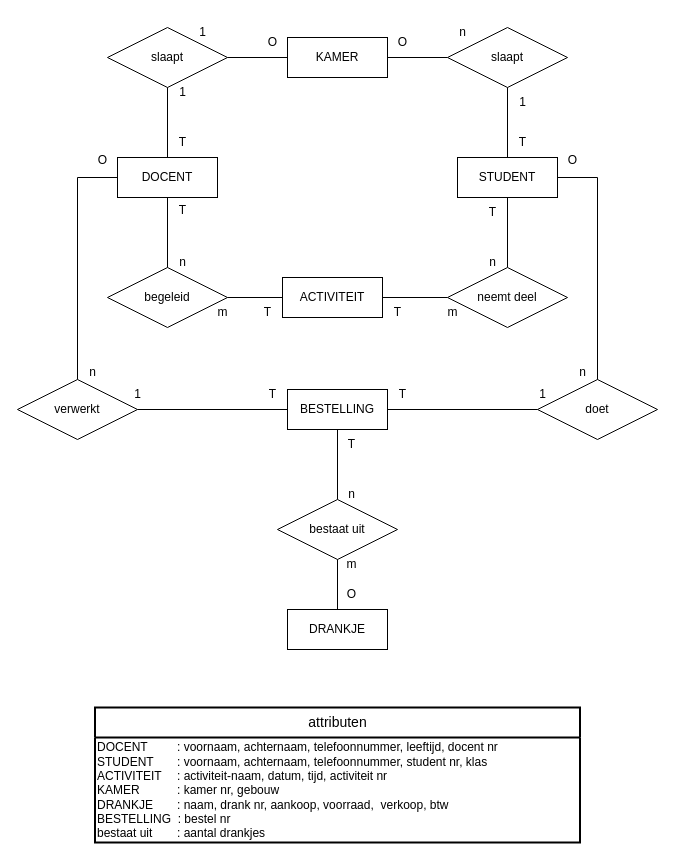
Thomas01v/ProjectDatabases keeps this draw.io diagram as ERD project.drawio. Above is the earlier version. Source tidied: cells renumbered, new cells numbered last; positions are measured from the earlier drawing's top-left corner, leaving out a move shared by most shapes. Both pictures are drawn from the tidied source at 100%, with x=0, y=0 at pixel (17, 17).
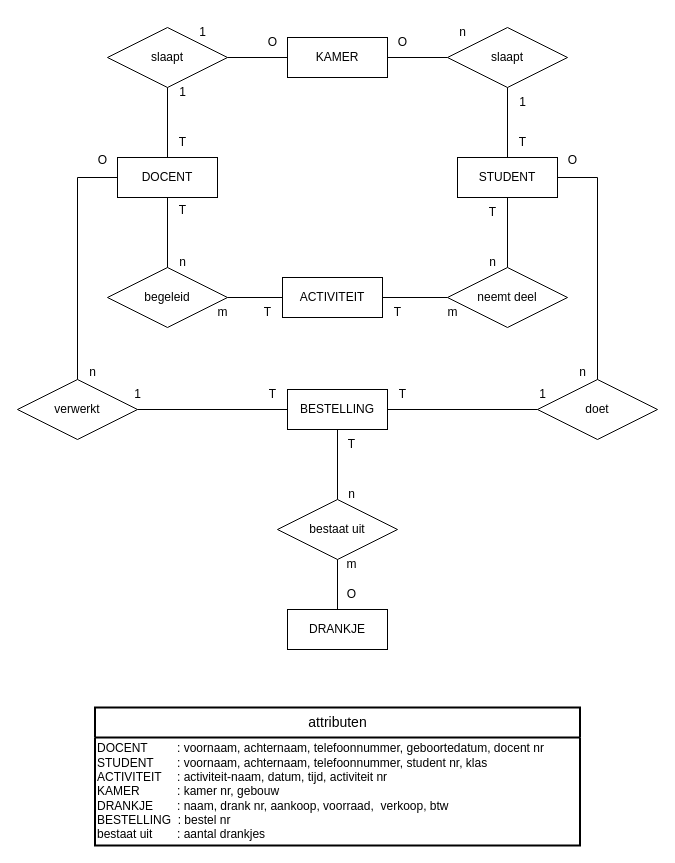
After the change.

Commit message:
leeftijd naar geboortedatum

What changed in the source:
```diff
@@
     <mxCell id="50" value="attributen" style="swimlane;horizontal=1;startSize=30;rounded=1;fontSize=14;fontStyle=0;strokeWidth=2;shadow=0;dashed=0;align=center;arcSize=0;whiteSpace=wrap;html=1;" parent="1" vertex="1">
-      <mxGeometry x="77.5" y="690" width="485" height="135" as="geometry" />
+      <mxGeometry x="77.5" y="690" width="485" height="138" as="geometry" />
     </mxCell>
-    <mxCell id="51" value="DOCENT&amp;nbsp;&lt;span style=&quot;white-space: pre;&quot;&gt;&#9;&lt;/span&gt;: voornaam, achternaam, telefoonnummer, leeftijd, docent nr&lt;br&gt;STUDENT&lt;span style=&quot;white-space: pre;&quot;&gt;&#9;&lt;/span&gt;: voornaam, achternaam, telefoonnummer, student nr, klas&lt;br&gt;ACTIVITEIT&lt;span style=&quot;white-space: pre;&quot;&gt;&#9;&lt;/span&gt;: activiteit-naam, datum, tijd, activiteit nr&lt;br&gt;KAMER&lt;span style=&quot;white-space: pre;&quot;&gt;&#9;&lt;/span&gt;&lt;span style=&quot;white-space: pre;&quot;&gt;&#9;&lt;/span&gt;: kamer nr, gebouw&lt;br&gt;DRANKJE&lt;span style=&quot;white-space: pre;&quot;&gt;&#9;&lt;/span&gt;: naam, drank nr, aankoop, voorraad,&amp;nbsp; verkoop, btw&lt;br&gt;BESTELLING&amp;nbsp; : bestel nr&lt;br&gt;bestaat uit&lt;span style=&quot;white-space: pre;&quot;&gt;&#9;&lt;/span&gt;: aantal drankjes" style="text;html=1;align=left;verticalAlign=middle;strokeColor=none;fillColor=none;" parent="50" vertex="1">
-      <mxGeometry y="30" width="485" height="105" as="geometry" />
+    <mxCell id="51" value="DOCENT&amp;nbsp;&lt;span style=&quot;white-space: pre;&quot;&gt;&#9;&lt;/span&gt;: voornaam, achternaam, telefoonnummer, geboortedatum, docent nr&lt;br&gt;STUDENT&lt;span style=&quot;white-space: pre;&quot;&gt;&#9;&lt;/span&gt;: voornaam, achternaam, telefoonnummer, student nr, klas&lt;br&gt;ACTIVITEIT&lt;span style=&quot;white-space: pre;&quot;&gt;&#9;&lt;/span&gt;: activiteit-naam, datum, tijd, activiteit nr&lt;br&gt;KAMER&lt;span style=&quot;white-space: pre;&quot;&gt;&#9;&lt;/span&gt;&lt;span style=&quot;white-space: pre;&quot;&gt;&#9;&lt;/span&gt;: kamer nr, gebouw&lt;br&gt;DRANKJE&lt;span style=&quot;white-space: pre;&quot;&gt;&#9;&lt;/span&gt;: naam, drank nr, aankoop, voorraad,&amp;nbsp; verkoop, btw&lt;br&gt;BESTELLING&amp;nbsp; : bestel nr&lt;br&gt;bestaat uit&lt;span style=&quot;white-space: pre;&quot;&gt;&#9;&lt;/span&gt;: aantal drankjes" style="text;html=1;align=left;verticalAlign=middle;strokeColor=none;fillColor=none;" parent="50" vertex="1">
+      <mxGeometry y="30" width="485" height="108" as="geometry" />
     </mxCell>
```
